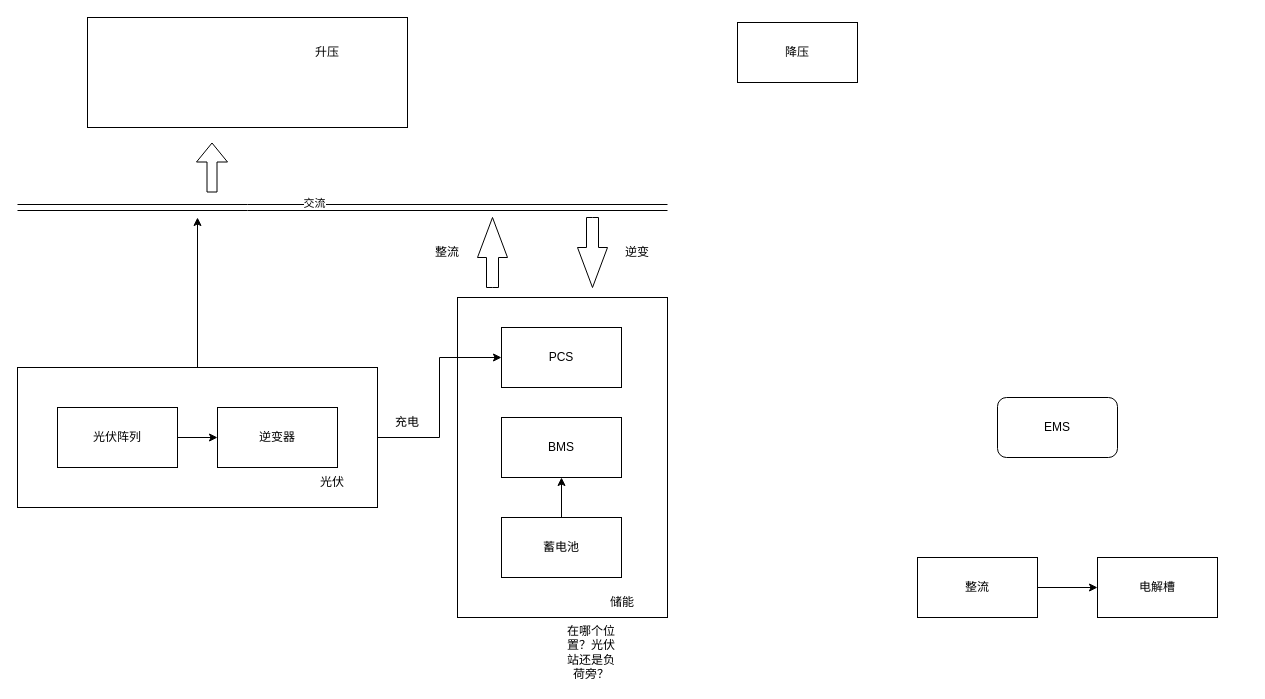
Earlier version of the draw.io diagram 未命名绘图.drawio (kiwiyan/3D). Source tidied: cells renumbered, new cells numbered last; positions are measured from the earlier drawing's top-left corner, leaving out a move shared by most shapes. Both pictures are drawn from the tidied source at 100%, with x=0, y=0 at pixel (17, 17).
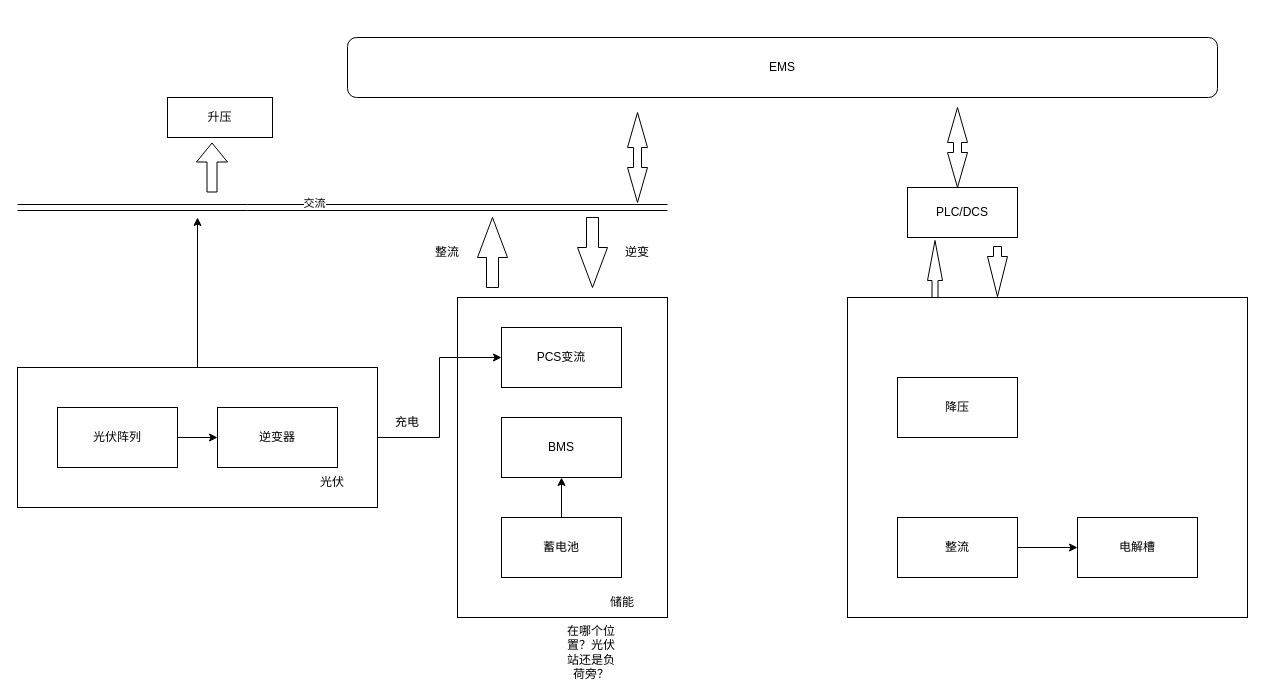
After the change.

Commit message (it also covers changes not shown here):
更新未命名绘图.drawio

What changed in the source:
```diff
@@
+    <mxCell id="31" style="rounded=0;whiteSpace=wrap;html=1;" parent="1" vertex="1">
+      <mxGeometry x="830" y="280" width="400" height="320" as="geometry" />
+    </mxCell>
@@
-    <mxCell id="5" style="rounded=0;whiteSpace=wrap;html=1;" parent="1" vertex="1">
-      <mxGeometry x="70" width="320" height="110" as="geometry" />
+    <mxCell id="5" value="升压" style="rounded=0;whiteSpace=wrap;html=1;" parent="1" vertex="1">
+      <mxGeometry x="150" y="80" width="105" height="40" as="geometry" />
     </mxCell>
@@
     <mxCell id="10" value="电解槽" style="rounded=0;whiteSpace=wrap;html=1;" parent="1" vertex="1">
-      <mxGeometry x="1080" y="540" width="120" height="60" as="geometry" />
+      <mxGeometry x="1060" y="500" width="120" height="60" as="geometry" />
     </mxCell>
@@
-    <mxCell id="12" value="PCS" style="rounded=0;whiteSpace=wrap;html=1;" parent="1" vertex="1">
+    <mxCell id="12" value="PCS变流" style="rounded=0;whiteSpace=wrap;html=1;" parent="1" vertex="1">
       <mxGeometry x="484" y="310" width="120" height="60" as="geometry" />
     </mxCell>
@@
     <mxCell id="15" value="整流" style="rounded=0;whiteSpace=wrap;html=1;" parent="1" vertex="1">
-      <mxGeometry x="900" y="540" width="120" height="60" as="geometry" />
+      <mxGeometry x="880" y="500" width="120" height="60" as="geometry" />
     </mxCell>
     <mxCell id="16" value="EMS" style="rounded=1;whiteSpace=wrap;html=1;" parent="1" vertex="1">
-      <mxGeometry x="980" y="380" width="120" height="60" as="geometry" />
+      <mxGeometry x="330" y="20" width="870" height="60" as="geometry" />
     </mxCell>
     <mxCell id="17" value="降压" style="rounded=0;whiteSpace=wrap;html=1;" parent="1" vertex="1">
-      <mxGeometry x="720" y="5" width="120" height="60" as="geometry" />
+      <mxGeometry x="880" y="360" width="120" height="60" as="geometry" />
     </mxCell>
@@
-    <mxCell id="30" value="升压" style="text;html=1;align=center;verticalAlign=middle;whiteSpace=wrap;rounded=0;" parent="1" vertex="1">
-      <mxGeometry x="280" y="20" width="60" height="30" as="geometry" />
-    </mxCell>
+    <mxCell id="32" style="html=1;shadow=0;dashed=0;align=center;verticalAlign=middle;shape=mxgraph.arrows2.twoWayArrow;dy=0.6;dx=35;rotation=-90;" parent="1" vertex="1">
+      <mxGeometry x="575" y="130" width="90" height="20" as="geometry" />
+    </mxCell>
+    <mxCell id="33" value="PLC/DCS" style="rounded=0;whiteSpace=wrap;html=1;" parent="1" vertex="1">
+      <mxGeometry x="890" y="170" width="110" height="50" as="geometry" />
+    </mxCell>
+    <mxCell id="34" style="html=1;shadow=0;dashed=0;align=center;verticalAlign=middle;shape=mxgraph.arrows2.arrow;dy=0.6;dx=40;direction=north;notch=0;" parent="1" vertex="1">
+      <mxGeometry x="910" y="223" width="15" height="57" as="geometry" />
+    </mxCell>
+    <mxCell id="35" style="html=1;shadow=0;dashed=0;align=center;verticalAlign=middle;shape=mxgraph.arrows2.arrow;dy=0.6;dx=40;direction=south;notch=0;" parent="1" vertex="1">
+      <mxGeometry x="970" y="229" width="20" height="50" as="geometry" />
+    </mxCell>
+    <mxCell id="36" style="html=1;shadow=0;dashed=0;align=center;verticalAlign=middle;shape=mxgraph.arrows2.twoWayArrow;dy=0.6;dx=35;rotation=-90;" parent="1" vertex="1">
+      <mxGeometry x="900" y="120" width="80" height="20" as="geometry" />
+    </mxCell>
```
